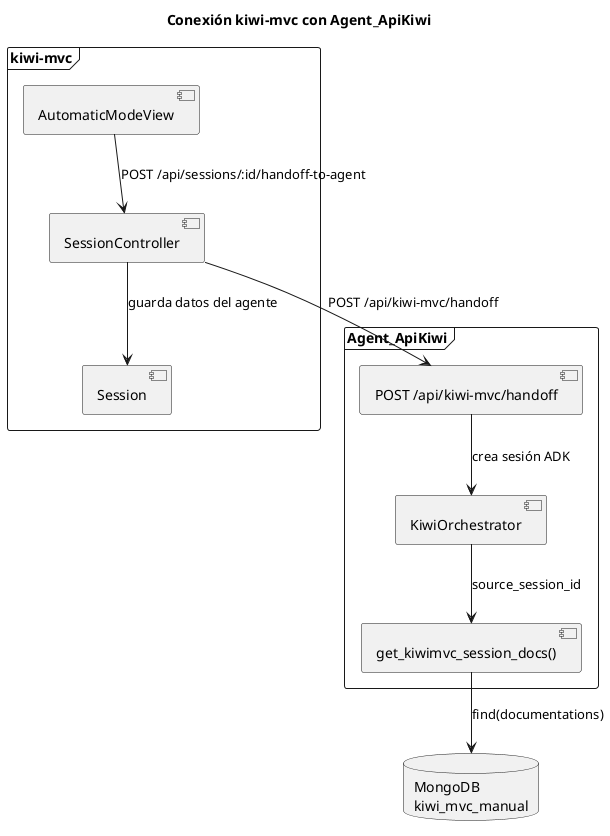
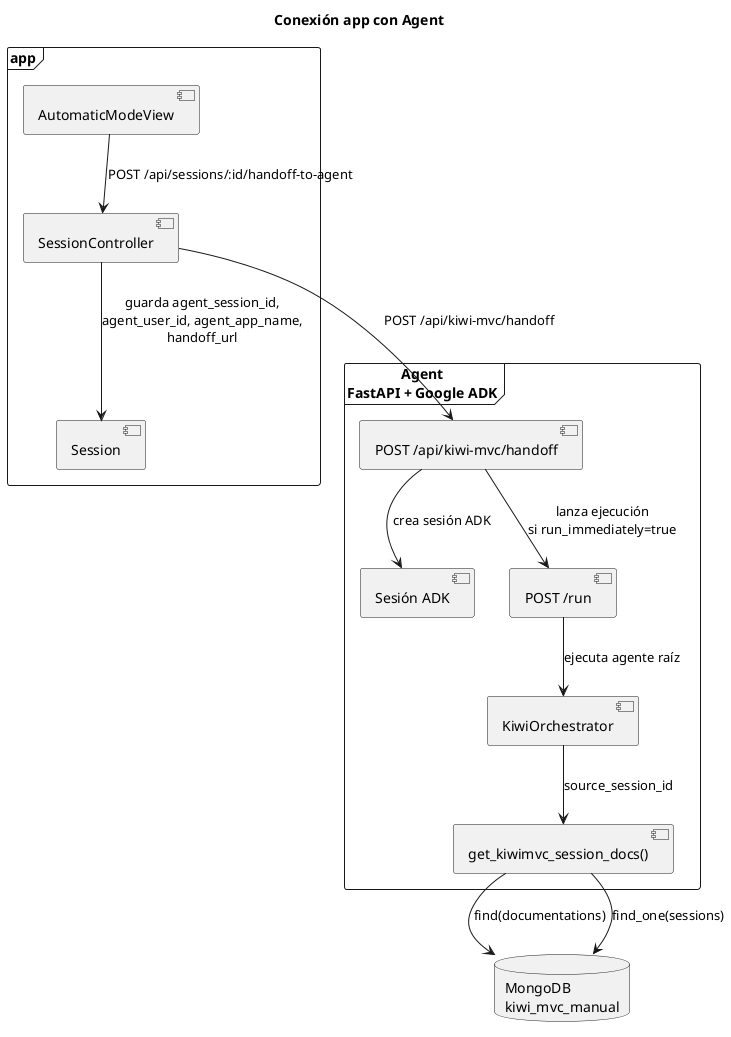
@startuml
skinparam packageStyle rectangle
skinparam shadowing false

- title Conexión kiwi-mvc con Agent_ApiKiwi
+ title Conexión app con Agent

- frame "kiwi-mvc" {
+ frame "app" {
  component AutomaticModeView
  component SessionController
  component Session
}

- frame "Agent_ApiKiwi" {
+ frame "Agent\nFastAPI + Google ADK" {
  component "POST /api/kiwi-mvc/handoff" as Handoff
+   component "Sesión ADK" as ADKSession
+   component "POST /run" as Run
  component KiwiOrchestrator
  component "get_kiwimvc_session_docs()" as MongoTool
}

database "MongoDB\nkiwi_mvc_manual" as MongoDB

AutomaticModeView --> SessionController : POST /api/sessions/:id/handoff-to-agent
SessionController --> Handoff : POST /api/kiwi-mvc/handoff
- Handoff --> KiwiOrchestrator : crea sesión ADK
+ 
+ Handoff --> ADKSession : crea sesión ADK
+ Handoff --> Run : lanza ejecución\nsi run_immediately=true
+ Run --> KiwiOrchestrator : ejecuta agente raíz
+ 
KiwiOrchestrator --> MongoTool : source_session_id
MongoTool --> MongoDB : find(documentations)
- SessionController --> Session : guarda datos del agente
+ MongoTool --> MongoDB : find_one(sessions)

- @enduml
+ SessionController --> Session : guarda agent_session_id,\nagent_user_id, agent_app_name,\nhandoff_url
+ 
+ @enduml